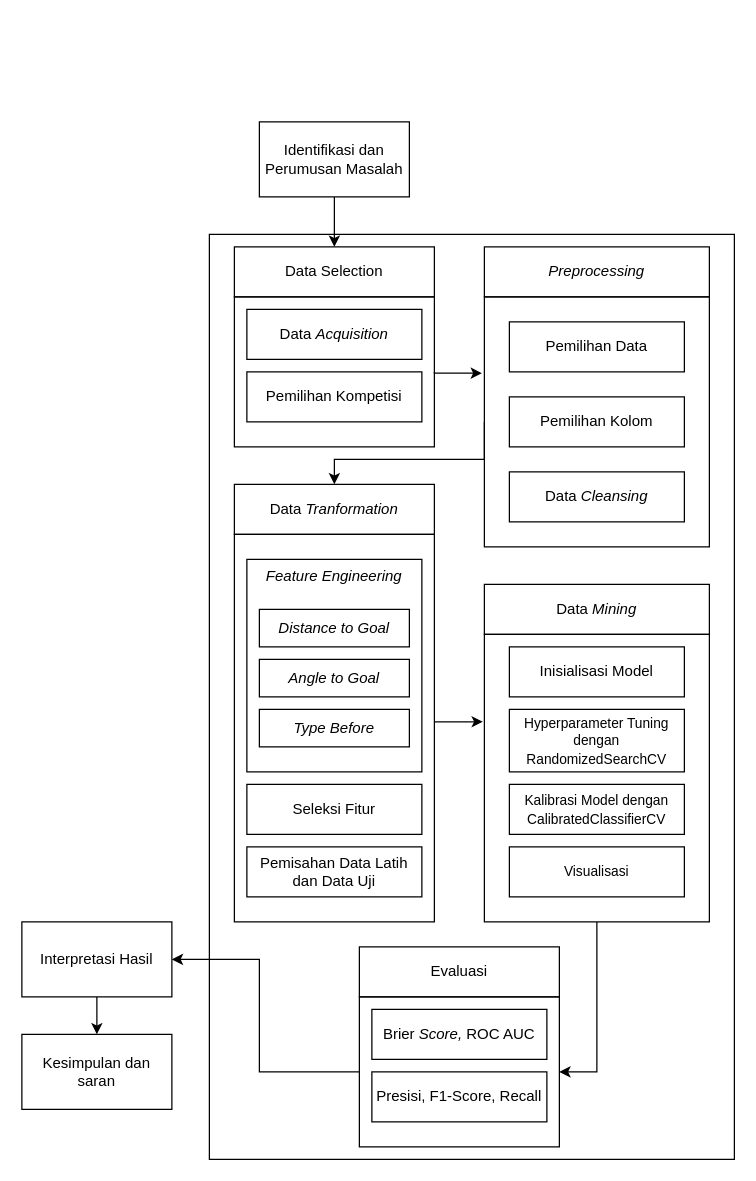
The draw.io diagram diagrams/Tahapan Penelitian.drawio in fadhilra101/skripsi, before the edit. Source tidied: cells renumbered, new cells numbered last; positions are measured from the earlier drawing's top-left corner, leaving out a move shared by most shapes. Both pictures are drawn from the tidied source at 125%, with x=0, y=0 at pixel (21, 121).
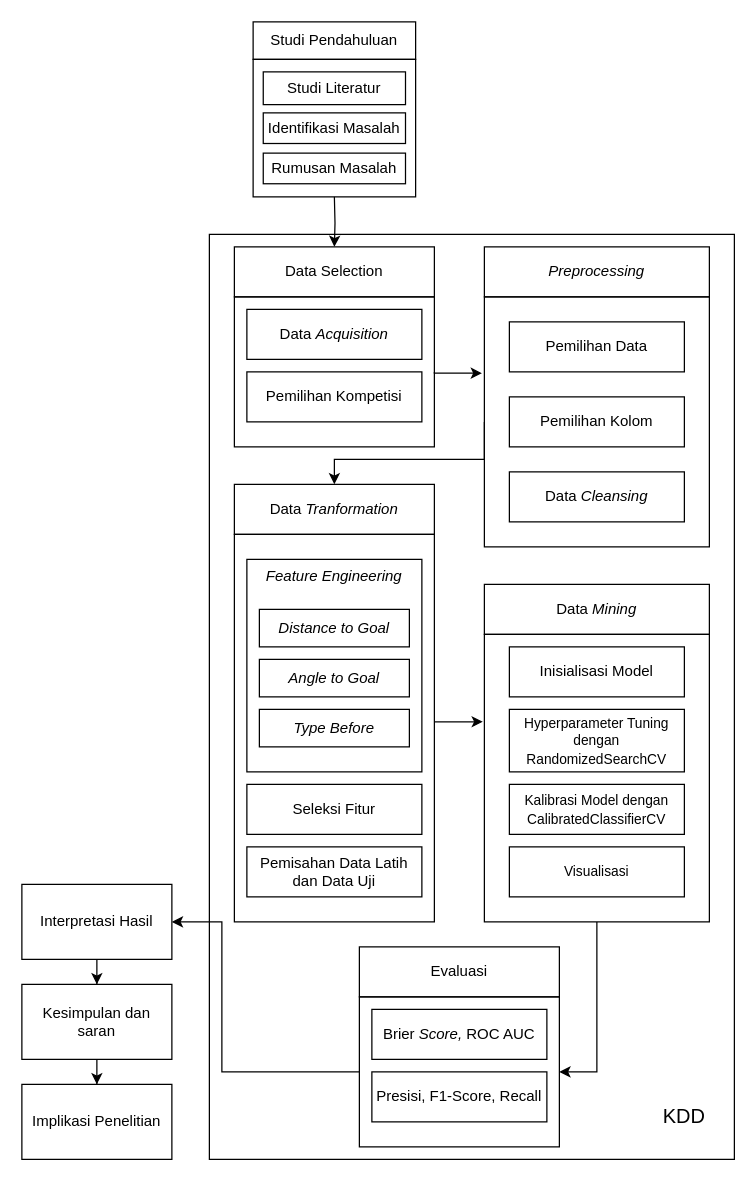
The same page after the edit.

Unchanged cells that the change refers to:
```xml
<mxCell id="19" style="rounded=0;whiteSpace=wrap;html=1;fillColor=none;" parent="1" vertex="1">
  <mxGeometry x="270" y="700" width="160" height="120" as="geometry" />
</mxCell>
<mxCell id="24" value="Data Selection" style="rounded=0;whiteSpace=wrap;html=1;fillColor=none;" parent="23" vertex="1">
  <mxGeometry width="160" height="40" as="geometry" />
</mxCell>
```

The edit, as a diff of the source:
```diff
@@
-    <mxCell id="4" style="edgeStyle=orthogonalEdgeStyle;rounded=0;jettySize=auto;html=1;entryX=0.5;entryY=0;entryDx=0;entryDy=0;" parent="1" edge="1" source="5" target="24">
-      <mxGeometry relative="1" as="geometry" />
+    <mxCell id="4" style="edgeStyle=orthogonalEdgeStyle;rounded=0;jettySize=auto;html=1;entryX=0.5;entryY=0;entryDx=0;entryDy=0;" parent="1" edge="1" target="24">
+      <mxGeometry relative="1" as="geometry">
+        <mxPoint x="250" y="60" as="sourcePoint" />
+      </mxGeometry>
     </mxCell>
-    <mxCell id="5" value="Identifikasi dan Perumusan Masalah" style="rounded=0;whiteSpace=wrap;html=1;fillColor=none;" parent="1" vertex="1">
-      <mxGeometry x="190" width="120" height="60" as="geometry" />
-    </mxCell>
@@
     <mxCell id="18" style="edgeStyle=orthogonalEdgeStyle;rounded=0;jettySize=auto;html=1;exitX=0;exitY=0.5;exitDx=0;exitDy=0;entryX=1;entryY=0.5;entryDx=0;entryDy=0;" parent="1" edge="1" source="19" target="29">
       <mxGeometry relative="1" as="geometry">
         <Array as="points">
-          <mxPoint x="190" y="760" />
-          <mxPoint x="190" y="670" />
+          <mxPoint x="160" y="760" />
+          <mxPoint x="160" y="640" />
         </Array>
       </mxGeometry>
     </mxCell>
@@
     <mxCell id="29" value="Interpretasi Hasil" style="rounded=0;whiteSpace=wrap;html=1;fillColor=none;" parent="1" vertex="1">
-      <mxGeometry y="640" width="120" height="60" as="geometry" />
+      <mxGeometry y="610" width="120" height="60" as="geometry" />
     </mxCell>
+    <mxCell id="41" style="edgeStyle=orthogonalEdgeStyle;rounded=0;jettySize=auto;html=1;" parent="1" edge="1" source="30" target="48">
+      <mxGeometry relative="1" as="geometry" />
+    </mxCell>
     <mxCell id="30" value="Kesimpulan dan saran" style="rounded=0;whiteSpace=wrap;html=1;fillColor=none;" parent="1" vertex="1">
-      <mxGeometry y="730" width="120" height="60" as="geometry" />
+      <mxGeometry y="690" width="120" height="60" as="geometry" />
     </mxCell>
@@
+    <mxCell id="42" style="group;" parent="1" vertex="1">
+      <mxGeometry x="185" y="-80" width="130" height="140" as="geometry" />
+    </mxCell>
+    <mxCell id="43" value="Studi Pendahuluan" style="rounded=0;whiteSpace=wrap;html=1;fillColor=none;" parent="42" vertex="1">
+      <mxGeometry width="130" height="30" as="geometry" />
+    </mxCell>
+    <mxCell id="44" style="rounded=0;whiteSpace=wrap;html=1;fillColor=none;" parent="42" vertex="1">
+      <mxGeometry y="30" width="130" height="110" as="geometry" />
+    </mxCell>
+    <mxCell id="45" value="Studi Literatur" style="rounded=0;whiteSpace=wrap;html=1;fillColor=none;" parent="42" vertex="1">
+      <mxGeometry x="8.1" y="40" width="113.8" height="26.2" as="geometry" />
+    </mxCell>
+    <mxCell id="46" value="&lt;div&gt;Identifikasi Masalah&lt;/div&gt;" style="rounded=0;whiteSpace=wrap;html=1;fillColor=none;" parent="42" vertex="1">
+      <mxGeometry x="8.1" y="72.8" width="113.8" height="24.5" as="geometry" />
+    </mxCell>
+    <mxCell id="47" value="Rumusan Masalah" style="rounded=0;whiteSpace=wrap;html=1;fillColor=none;" parent="42" vertex="1">
+      <mxGeometry x="8.1" y="105" width="113.8" height="24.5" as="geometry" />
+    </mxCell>
+    <mxCell id="48" value="Implikasi Penelitian" style="rounded=0;whiteSpace=wrap;html=1;fillColor=none;" parent="1" vertex="1">
+      <mxGeometry y="770" width="120" height="60" as="geometry" />
+    </mxCell>
+    <mxCell id="49" value="KDD" style="text;html=1;align=center;verticalAlign=middle;whiteSpace=wrap;rounded=0;fontSize=16;" parent="1" vertex="1">
+      <mxGeometry x="500" y="780" width="60" height="30" as="geometry" />
+    </mxCell>
```
